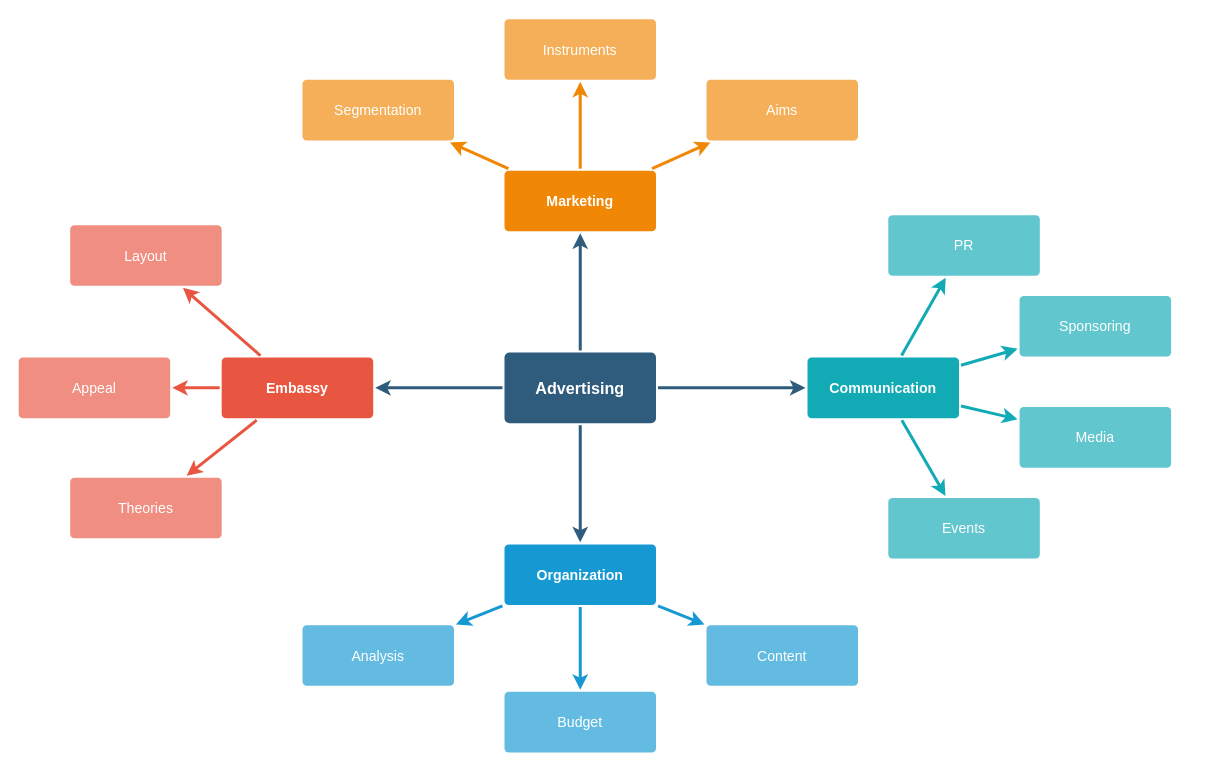
Before: Untitled Diagram.drawio in Nicolle252/Nicolle, a draw.io diagram. Source tidied: cells renumbered, new cells numbered last; positions are measured from the earlier drawing's top-left corner, leaving out a move shared by most shapes. Both pictures are drawn from the tidied source at 101%, with x=0, y=0 at pixel (18, 18).
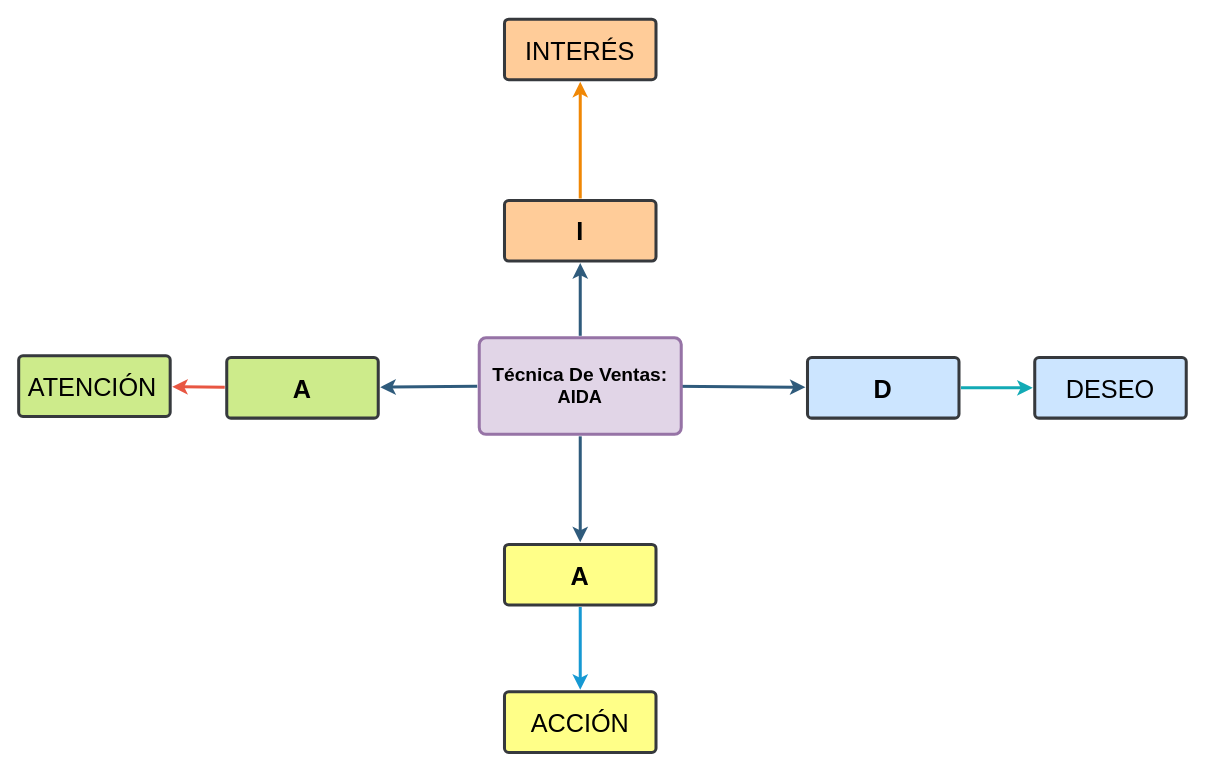
The same diagram, later.

The edit, as a diff of the source:
```diff
@@
-    <mxCell id="3" style="edgeStyle=none;rounded=0;jumpStyle=none;html=1;shadow=0;labelBackgroundColor=none;startArrow=none;startFill=0;endArrow=classic;endFill=1;jettySize=auto;strokeColor=#2F5B7C;strokeWidth=3;fontFamily=Helvetica;fontSize=16;fontColor=#23445D;spacing=5;" parent="1" edge="1" source="6" target="28">
-      <mxGeometry relative="1" as="geometry" />
+    <mxCell id="3" style="edgeStyle=none;rounded=0;jumpStyle=none;html=1;shadow=0;labelBackgroundColor=none;startArrow=none;startFill=0;endArrow=classic;endFill=1;jettySize=auto;strokeColor=#2F5B7C;strokeWidth=3;fontFamily=Helvetica;fontSize=16;fontColor=#23445D;spacing=5;" parent="1" edge="1" target="28">
+      <mxGeometry relative="1" as="geometry">
+        <mxPoint x="646" y="364" as="sourcePoint" />
+      </mxGeometry>
     </mxCell>
@@
-    <mxCell id="5" style="edgeStyle=none;rounded=0;jumpStyle=none;html=1;shadow=0;labelBackgroundColor=none;startArrow=none;startFill=0;endArrow=classic;endFill=1;jettySize=auto;strokeColor=#2F5B7C;strokeWidth=3;fontFamily=Helvetica;fontSize=16;fontColor=#23445D;spacing=5;" parent="1" edge="1" source="6" target="10">
-      <mxGeometry relative="1" as="geometry" />
+    <mxCell id="5" style="edgeStyle=none;rounded=0;jumpStyle=none;html=1;shadow=0;labelBackgroundColor=none;startArrow=none;startFill=0;endArrow=classic;endFill=1;jettySize=auto;strokeColor=#2F5B7C;strokeWidth=3;fontFamily=Helvetica;fontSize=16;fontColor=#23445D;spacing=5;" parent="1" edge="1" target="10">
+      <mxGeometry relative="1" as="geometry">
+        <mxPoint x="454" y="364" as="sourcePoint" />
+      </mxGeometry>
     </mxCell>
-    <mxCell id="6" value="Advertising" style="rounded=1;whiteSpace=wrap;html=1;shadow=0;labelBackgroundColor=none;strokeColor=none;strokeWidth=3;fillColor=#2F5B7C;fontFamily=Helvetica;fontSize=16;fontColor=#FFFFFF;align=center;fontStyle=1;spacing=5;arcSize=7;perimeterSpacing=2;" parent="1" vertex="1">
-      <mxGeometry x="481" y="330.5" width="150" height="70" as="geometry" />
+    <mxCell id="6" value="&lt;font style=&quot;font-size: 19px&quot;&gt;Técnica De Ventas: &lt;br&gt;&lt;/font&gt;&lt;font style=&quot;font-size: 18px&quot;&gt;AIDA&lt;/font&gt;" style="rounded=1;whiteSpace=wrap;html=1;shadow=0;labelBackgroundColor=none;strokeColor=#9673a6;strokeWidth=3;fillColor=#e1d5e7;fontFamily=Helvetica;fontSize=16;align=center;fontStyle=1;spacing=5;arcSize=7;perimeterSpacing=2;" parent="1" vertex="1">
+      <mxGeometry x="456" y="316" width="200" height="95.5" as="geometry" />
     </mxCell>
-    <mxCell id="7" style="edgeStyle=none;rounded=1;jumpStyle=none;html=1;shadow=0;labelBackgroundColor=none;startArrow=none;startFill=0;jettySize=auto;strokeColor=#E85642;strokeWidth=3;fontFamily=Helvetica;fontSize=14;fontColor=#FFFFFF;spacing=5;fontStyle=1;fillColor=#b0e3e6;" parent="1" edge="1" source="10" target="13">
-      <mxGeometry relative="1" as="geometry" />
-    </mxCell>
@@
-    <mxCell id="9" style="edgeStyle=none;rounded=1;jumpStyle=none;html=1;shadow=0;labelBackgroundColor=none;startArrow=none;startFill=0;jettySize=auto;strokeColor=#E85642;strokeWidth=3;fontFamily=Helvetica;fontSize=14;fontColor=#FFFFFF;spacing=5;fontStyle=1;fillColor=#b0e3e6;" parent="1" edge="1" source="10" target="11">
-      <mxGeometry relative="1" as="geometry" />
-    </mxCell>
-    <mxCell id="10" value="Embassy" style="rounded=1;whiteSpace=wrap;html=1;shadow=0;labelBackgroundColor=none;strokeColor=none;strokeWidth=3;fillColor=#e85642;fontFamily=Helvetica;fontSize=14;fontColor=#FFFFFF;align=center;spacing=5;fontStyle=1;arcSize=7;perimeterSpacing=2;" parent="1" vertex="1">
-      <mxGeometry x="201" y="335.5" width="150" height="60" as="geometry" />
+    <mxCell id="10" value="&lt;font style=&quot;font-size: 25px&quot;&gt;A&lt;/font&gt;" style="rounded=1;whiteSpace=wrap;html=1;shadow=0;labelBackgroundColor=none;strokeColor=#36393d;strokeWidth=3;fillColor=#cdeb8b;fontFamily=Helvetica;fontSize=14;align=center;spacing=5;fontStyle=1;arcSize=7;perimeterSpacing=2;" parent="1" vertex="1">
+      <mxGeometry x="206" y="335.5" width="150" height="60" as="geometry" />
     </mxCell>
-    <mxCell id="11" value="Theories" style="rounded=1;whiteSpace=wrap;html=1;shadow=0;labelBackgroundColor=none;strokeColor=none;strokeWidth=3;fillColor=#f08e81;fontFamily=Helvetica;fontSize=14;fontColor=#FFFFFF;align=center;spacing=5;fontStyle=0;arcSize=7;perimeterSpacing=2;" parent="1" vertex="1">
-      <mxGeometry x="51" y="454.5" width="150" height="60" as="geometry" />
-    </mxCell>
-    <mxCell id="12" value="Appeal" style="rounded=1;whiteSpace=wrap;html=1;shadow=0;labelBackgroundColor=none;strokeColor=none;strokeWidth=3;fillColor=#f08e81;fontFamily=Helvetica;fontSize=14;fontColor=#FFFFFF;align=center;spacing=5;fontStyle=0;arcSize=7;perimeterSpacing=2;" parent="1" vertex="1">
-      <mxGeometry y="335.5" width="150" height="60" as="geometry" />
+    <mxCell id="12" value="&lt;font style=&quot;font-size: 25px&quot;&gt;ATENCIÓN&lt;/font&gt;&amp;nbsp;" style="rounded=1;whiteSpace=wrap;html=1;shadow=0;labelBackgroundColor=none;strokeColor=#36393d;strokeWidth=3;fillColor=#cdeb8b;fontFamily=Helvetica;fontSize=14;align=center;spacing=5;fontStyle=0;arcSize=7;perimeterSpacing=2;" parent="1" vertex="1">
+      <mxGeometry y="333.8" width="150" height="60" as="geometry" />
     </mxCell>
-    <mxCell id="13" value="Layout" style="rounded=1;whiteSpace=wrap;html=1;shadow=0;labelBackgroundColor=none;strokeColor=none;strokeWidth=3;fillColor=#f08e81;fontFamily=Helvetica;fontSize=14;fontColor=#FFFFFF;align=center;spacing=5;fontStyle=0;arcSize=7;perimeterSpacing=2;" parent="1" vertex="1">
-      <mxGeometry x="51" y="204.5" width="150" height="60" as="geometry" />
-    </mxCell>
-    <mxCell id="14" style="edgeStyle=none;rounded=0;jumpStyle=none;html=1;shadow=0;labelBackgroundColor=none;startArrow=none;startFill=0;endArrow=classic;endFill=1;jettySize=auto;strokeColor=#1699D3;strokeWidth=3;fontFamily=Helvetica;fontSize=14;fontColor=#FFFFFF;spacing=5;" parent="1" edge="1" source="17" target="20">
-      <mxGeometry relative="1" as="geometry" />
-    </mxCell>
@@
-    <mxCell id="16" style="edgeStyle=none;rounded=0;jumpStyle=none;html=1;shadow=0;labelBackgroundColor=none;startArrow=none;startFill=0;endArrow=classic;endFill=1;jettySize=auto;strokeColor=#1699D3;strokeWidth=3;fontFamily=Helvetica;fontSize=14;fontColor=#FFFFFF;spacing=5;" parent="1" edge="1" source="17" target="18">
-      <mxGeometry relative="1" as="geometry" />
-    </mxCell>
-    <mxCell id="17" value="Organization" style="rounded=1;whiteSpace=wrap;html=1;shadow=0;labelBackgroundColor=none;strokeColor=none;strokeWidth=3;fillColor=#1699d3;fontFamily=Helvetica;fontSize=14;fontColor=#FFFFFF;align=center;spacing=5;fontStyle=1;arcSize=7;perimeterSpacing=2;" parent="1" vertex="1">
+    <mxCell id="17" value="&lt;font style=&quot;font-size: 25px&quot;&gt;A&lt;/font&gt;" style="rounded=1;whiteSpace=wrap;html=1;shadow=0;labelBackgroundColor=none;strokeColor=#36393d;strokeWidth=3;fillColor=#ffff88;fontFamily=Helvetica;fontSize=14;align=center;spacing=5;fontStyle=1;arcSize=7;perimeterSpacing=2;" parent="1" vertex="1">
       <mxGeometry x="481" y="520.5" width="150" height="60" as="geometry" />
     </mxCell>
-    <mxCell id="18" value="Content" style="rounded=1;whiteSpace=wrap;html=1;shadow=0;labelBackgroundColor=none;strokeColor=none;strokeWidth=3;fillColor=#64bbe2;fontFamily=Helvetica;fontSize=14;fontColor=#FFFFFF;align=center;spacing=5;arcSize=7;perimeterSpacing=2;" parent="1" vertex="1">
-      <mxGeometry x="681" y="600.5" width="150" height="60" as="geometry" />
-    </mxCell>
-    <mxCell id="19" value="Budget" style="rounded=1;whiteSpace=wrap;html=1;shadow=0;labelBackgroundColor=none;strokeColor=none;strokeWidth=3;fillColor=#64bbe2;fontFamily=Helvetica;fontSize=14;fontColor=#FFFFFF;align=center;spacing=5;arcSize=7;perimeterSpacing=2;" parent="1" vertex="1">
+    <mxCell id="19" value="&lt;font style=&quot;font-size: 25px&quot;&gt;ACCIÓN&lt;/font&gt;" style="rounded=1;whiteSpace=wrap;html=1;shadow=0;labelBackgroundColor=none;strokeColor=#36393d;strokeWidth=3;fillColor=#ffff88;fontFamily=Helvetica;fontSize=14;align=center;spacing=5;arcSize=7;perimeterSpacing=2;" parent="1" vertex="1">
       <mxGeometry x="481" y="666.5" width="150" height="60" as="geometry" />
     </mxCell>
-    <mxCell id="20" value="Analysis" style="rounded=1;whiteSpace=wrap;html=1;shadow=0;labelBackgroundColor=none;strokeColor=none;strokeWidth=3;fillColor=#64bbe2;fontFamily=Helvetica;fontSize=14;fontColor=#FFFFFF;align=center;spacing=5;arcSize=7;perimeterSpacing=2;" parent="1" vertex="1">
-      <mxGeometry x="281" y="600.5" width="150" height="60" as="geometry" />
-    </mxCell>
-    <mxCell id="21" value="Marketing" style="rounded=1;whiteSpace=wrap;html=1;shadow=0;labelBackgroundColor=none;strokeColor=none;strokeWidth=3;fillColor=#F08705;fontFamily=Helvetica;fontSize=14;fontColor=#FFFFFF;align=center;spacing=5;fontStyle=1;arcSize=7;perimeterSpacing=2;" parent="1" vertex="1">
-      <mxGeometry x="481" y="150.5" width="150" height="60" as="geometry" />
+    <mxCell id="21" value="&lt;font style=&quot;font-size: 25px&quot;&gt;I&lt;/font&gt;" style="rounded=1;whiteSpace=wrap;html=1;shadow=0;labelBackgroundColor=none;strokeColor=#36393d;strokeWidth=3;fillColor=#ffcc99;fontFamily=Helvetica;fontSize=14;align=center;spacing=5;fontStyle=1;arcSize=7;perimeterSpacing=2;" parent="1" vertex="1">
+      <mxGeometry x="481" y="180" width="150" height="60" as="geometry" />
     </mxCell>
-    <mxCell id="22" value="Aims&lt;br&gt;" style="rounded=1;whiteSpace=wrap;html=1;shadow=0;labelBackgroundColor=none;strokeColor=none;strokeWidth=3;fillColor=#f5af58;fontFamily=Helvetica;fontSize=14;fontColor=#FFFFFF;align=center;spacing=5;arcSize=7;perimeterSpacing=2;" parent="1" vertex="1">
-      <mxGeometry x="681" y="60.5" width="150" height="60" as="geometry" />
-    </mxCell>
-    <mxCell id="23" style="edgeStyle=none;rounded=0;jumpStyle=none;html=1;shadow=0;labelBackgroundColor=none;startArrow=none;startFill=0;endArrow=classic;endFill=1;jettySize=auto;strokeColor=#F08705;strokeWidth=3;fontFamily=Helvetica;fontSize=14;fontColor=#FFFFFF;spacing=5;" parent="1" edge="1" source="21" target="22">
-      <mxGeometry relative="1" as="geometry" />
-    </mxCell>
-    <mxCell id="24" value="Instruments" style="rounded=1;whiteSpace=wrap;html=1;shadow=0;labelBackgroundColor=none;strokeColor=none;strokeWidth=3;fillColor=#f5af58;fontFamily=Helvetica;fontSize=14;fontColor=#FFFFFF;align=center;spacing=5;arcSize=7;perimeterSpacing=2;" parent="1" vertex="1">
+    <mxCell id="24" value="&lt;font style=&quot;font-size: 25px&quot;&gt;INTERÉS&lt;/font&gt;" style="rounded=1;whiteSpace=wrap;html=1;shadow=0;labelBackgroundColor=none;strokeWidth=3;fontFamily=Helvetica;fontSize=14;align=center;spacing=5;arcSize=7;perimeterSpacing=2;strokeColor=#36393d;fillColor=#ffcc99;" parent="1" vertex="1">
       <mxGeometry x="481" y="0.5" width="150" height="60" as="geometry" />
     </mxCell>
@@
-    <mxCell id="26" value="Segmentation" style="rounded=1;whiteSpace=wrap;html=1;shadow=0;labelBackgroundColor=none;strokeColor=none;strokeWidth=3;fillColor=#f5af58;fontFamily=Helvetica;fontSize=14;fontColor=#FFFFFF;align=center;spacing=5;arcSize=7;perimeterSpacing=2;" parent="1" vertex="1">
-      <mxGeometry x="281" y="60.5" width="150" height="60" as="geometry" />
-    </mxCell>
-    <mxCell id="27" style="edgeStyle=none;rounded=0;jumpStyle=none;html=1;shadow=0;labelBackgroundColor=none;startArrow=none;startFill=0;endArrow=classic;endFill=1;jettySize=auto;strokeColor=#F08705;strokeWidth=3;fontFamily=Helvetica;fontSize=14;fontColor=#FFFFFF;spacing=5;" parent="1" edge="1" source="21" target="26">
-      <mxGeometry relative="1" as="geometry" />
-    </mxCell>
-    <mxCell id="28" value="Communication" style="rounded=1;whiteSpace=wrap;html=1;shadow=0;labelBackgroundColor=none;strokeColor=none;strokeWidth=3;fillColor=#12aab5;fontFamily=Helvetica;fontSize=14;fontColor=#FFFFFF;align=center;spacing=5;fontStyle=1;arcSize=7;perimeterSpacing=2;" parent="1" vertex="1">
+    <mxCell id="28" value="&lt;font style=&quot;font-size: 25px&quot;&gt;D&lt;/font&gt;" style="rounded=1;whiteSpace=wrap;html=1;shadow=0;labelBackgroundColor=none;strokeColor=#36393d;strokeWidth=3;fillColor=#cce5ff;fontFamily=Helvetica;fontSize=14;align=center;spacing=5;fontStyle=1;arcSize=7;perimeterSpacing=2;" parent="1" vertex="1">
       <mxGeometry x="781" y="335.5" width="150" height="60" as="geometry" />
     </mxCell>
-    <mxCell id="29" value="Events" style="rounded=1;whiteSpace=wrap;html=1;shadow=0;labelBackgroundColor=none;strokeColor=none;strokeWidth=3;fillColor=#61c6ce;fontFamily=Helvetica;fontSize=14;fontColor=#FFFFFF;align=center;spacing=5;fontStyle=0;arcSize=7;perimeterSpacing=2;" parent="1" vertex="1">
-      <mxGeometry x="861" y="474.5" width="150" height="60" as="geometry" />
-    </mxCell>
-    <mxCell id="30" style="edgeStyle=none;rounded=1;jumpStyle=none;html=1;shadow=0;labelBackgroundColor=none;startArrow=none;startFill=0;jettySize=auto;strokeColor=#12AAB5;strokeWidth=3;fontFamily=Helvetica;fontSize=14;fontColor=#FFFFFF;spacing=5;fontStyle=1;fillColor=#b0e3e6;" parent="1" edge="1" source="28" target="29">
-      <mxGeometry relative="1" as="geometry" />
-    </mxCell>
-    <mxCell id="31" value="Media" style="rounded=1;whiteSpace=wrap;html=1;shadow=0;labelBackgroundColor=none;strokeColor=none;strokeWidth=3;fillColor=#61c6ce;fontFamily=Helvetica;fontSize=14;fontColor=#FFFFFF;align=center;spacing=5;fontStyle=0;arcSize=7;perimeterSpacing=2;" parent="1" vertex="1">
-      <mxGeometry x="991" y="384.5" width="150" height="60" as="geometry" />
+    <mxCell id="31" value="&lt;font style=&quot;font-size: 25px&quot;&gt;DESEO&lt;/font&gt;" style="rounded=1;whiteSpace=wrap;html=1;shadow=0;labelBackgroundColor=none;strokeColor=#36393d;strokeWidth=3;fillColor=#cce5ff;fontFamily=Helvetica;fontSize=14;align=center;spacing=5;fontStyle=0;arcSize=7;perimeterSpacing=2;" parent="1" vertex="1">
+      <mxGeometry x="1006" y="335.5" width="150" height="60" as="geometry" />
     </mxCell>
@@
-    <mxCell id="33" value="Sponsoring" style="rounded=1;whiteSpace=wrap;html=1;shadow=0;labelBackgroundColor=none;strokeColor=none;strokeWidth=3;fillColor=#61c6ce;fontFamily=Helvetica;fontSize=14;fontColor=#FFFFFF;align=center;spacing=5;fontStyle=0;arcSize=7;perimeterSpacing=2;" parent="1" vertex="1">
-      <mxGeometry x="991" y="274.5" width="150" height="60" as="geometry" />
-    </mxCell>
-    <mxCell id="34" style="edgeStyle=none;rounded=1;jumpStyle=none;html=1;shadow=0;labelBackgroundColor=none;startArrow=none;startFill=0;jettySize=auto;strokeColor=#12AAB5;strokeWidth=3;fontFamily=Helvetica;fontSize=14;fontColor=#FFFFFF;spacing=5;fontStyle=1;fillColor=#b0e3e6;" parent="1" edge="1" source="28" target="33">
-      <mxGeometry relative="1" as="geometry" />
-    </mxCell>
-    <mxCell id="35" value="PR" style="rounded=1;whiteSpace=wrap;html=1;shadow=0;labelBackgroundColor=none;strokeColor=none;strokeWidth=3;fillColor=#61c6ce;fontFamily=Helvetica;fontSize=14;fontColor=#FFFFFF;align=center;spacing=5;fontStyle=0;arcSize=7;perimeterSpacing=2;" parent="1" vertex="1">
-      <mxGeometry x="861" y="194.5" width="150" height="60" as="geometry" />
-    </mxCell>
-    <mxCell id="36" style="edgeStyle=none;rounded=1;jumpStyle=none;html=1;shadow=0;labelBackgroundColor=none;startArrow=none;startFill=0;jettySize=auto;strokeColor=#12AAB5;strokeWidth=3;fontFamily=Helvetica;fontSize=14;fontColor=#FFFFFF;spacing=5;fontStyle=1;fillColor=#b0e3e6;" parent="1" edge="1" source="28" target="35">
-      <mxGeometry relative="1" as="geometry" />
-    </mxCell>
```
